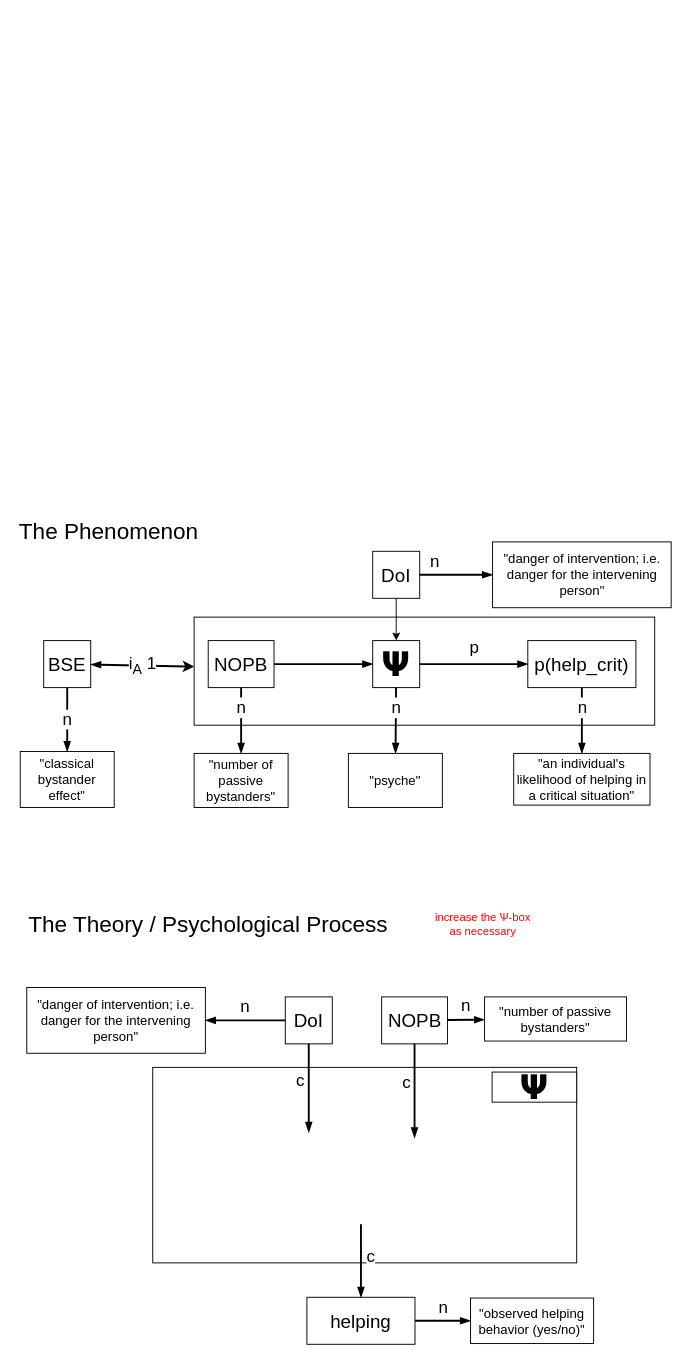
This is bystander_effect/Bystander-template.drawio from nicebread/FOMO-Psy, a draw.io file, before an edit. Source tidied: cells renumbered, new cells numbered last; positions are measured from the earlier drawing's top-left corner, leaving out a move shared by most shapes. Both pictures are drawn from the tidied source at 94%, with x=0, y=0 at pixel (16, 517).
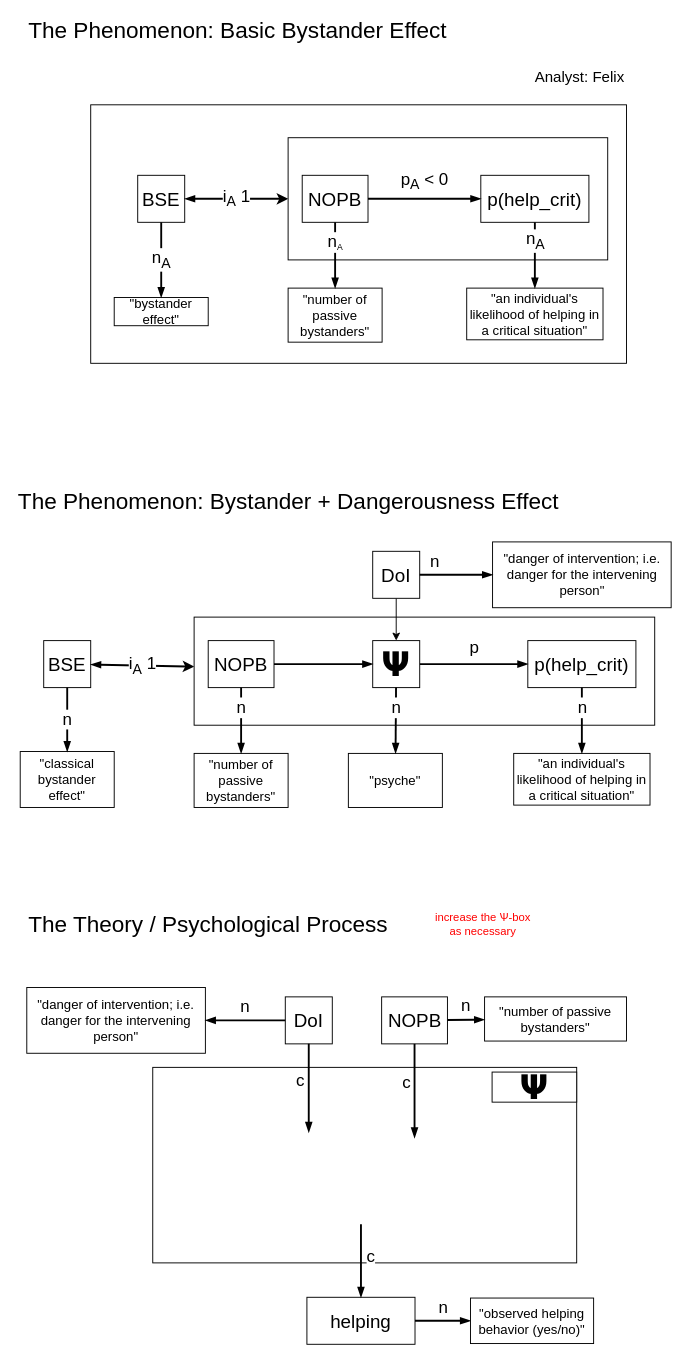
Above is the later version.

Change to the diagram source:
```diff
@@
-    <mxCell id="16" value="&lt;font style=&quot;font-size: 24px;&quot;&gt;The Phenomenon&lt;/font&gt;" style="text;html=1;align=left;verticalAlign=middle;whiteSpace=wrap;rounded=0;" parent="1" vertex="1">
-      <mxGeometry x="0.5" width="230" height="30" as="geometry" />
+    <mxCell id="16" value="&lt;font style=&quot;font-size: 24px;&quot;&gt;The Phenomenon: Bystander + Dangerousness Effect&lt;/font&gt;" style="text;html=1;align=left;verticalAlign=middle;whiteSpace=wrap;rounded=0;" parent="1" vertex="1">
+      <mxGeometry y="-32" width="655" height="30" as="geometry" />
     </mxCell>
@@
+    <mxCell id="39" style="rounded=0;whiteSpace=wrap;html=1;fillColor=none;" parent="1" vertex="1">
+      <mxGeometry x="79" y="-439" width="570" height="275" as="geometry" />
+    </mxCell>
+    <mxCell id="40" value="BSE" style="rounded=0;whiteSpace=wrap;html=1;fontSize=20;" parent="1" vertex="1">
+      <mxGeometry x="129" y="-364" width="50" height="50" as="geometry" />
+    </mxCell>
+    <mxCell id="41" value="&quot;bystander effect&quot;" style="rounded=0;whiteSpace=wrap;html=1;fillColor=default;fontColor=default;strokeColor=default;fontSize=14;" parent="1" vertex="1">
+      <mxGeometry x="104" y="-234" width="100" height="30" as="geometry" />
+    </mxCell>
+    <mxCell id="42" style="rounded=0;whiteSpace=wrap;html=1;fillColor=none;" parent="1" vertex="1">
+      <mxGeometry x="289" y="-404" width="340" height="130" as="geometry" />
+    </mxCell>
+    <mxCell id="43" value="&lt;font style=&quot;font-size: 18px;&quot;&gt;i&lt;sub&gt;A&lt;/sub&gt; 1&lt;/font&gt;" style="endArrow=blockThin;html=1;rounded=0;labelPosition=center;verticalLabelPosition=middle;align=center;verticalAlign=middle;strokeWidth=2;endFill=1;startArrow=classic;startFill=1;" parent="1" edge="1" source="42" target="40">
+      <mxGeometry relative="1" as="geometry" />
+    </mxCell>
+    <mxCell id="44" value="&lt;font style=&quot;font-size: 18px;&quot;&gt;n&lt;sub&gt;A&lt;/sub&gt;&lt;/font&gt;" style="endArrow=blockThin;html=1;rounded=0;labelPosition=center;verticalLabelPosition=middle;align=center;verticalAlign=middle;strokeWidth=2;endFill=1;" parent="1" edge="1" source="40" target="41">
+      <mxGeometry relative="1" as="geometry" />
+    </mxCell>
+    <mxCell id="45" value="NOPB" style="rounded=0;whiteSpace=wrap;html=1;fontSize=20;" parent="1" vertex="1">
+      <mxGeometry x="304" y="-364" width="70" height="50" as="geometry" />
+    </mxCell>
+    <mxCell id="46" value="&quot;number of passive bystanders&quot;" style="rounded=0;whiteSpace=wrap;html=1;fillColor=default;fontColor=default;strokeColor=default;fontSize=14;" parent="1" vertex="1">
+      <mxGeometry x="289" y="-244" width="100" height="57.5" as="geometry" />
+    </mxCell>
+    <mxCell id="47" value="&lt;span style=&quot;font-size: 18px;&quot;&gt;n&lt;/span&gt;&lt;sub&gt;A&lt;/sub&gt;" style="endArrow=blockThin;html=1;rounded=0;labelPosition=center;verticalLabelPosition=top;align=center;verticalAlign=bottom;strokeWidth=2;endFill=1;" parent="1" edge="1" source="45" target="46">
+      <mxGeometry relative="1" as="geometry" />
+    </mxCell>
+    <mxCell id="48" value="p(help_crit)" style="rounded=0;whiteSpace=wrap;html=1;fontSize=20;" parent="1" vertex="1">
+      <mxGeometry x="494" y="-364" width="115" height="50" as="geometry" />
+    </mxCell>
+    <mxCell id="49" value="&lt;font style=&quot;font-size: 18px;&quot;&gt;p&lt;sub&gt;A&lt;/sub&gt; &amp;lt; 0&lt;/font&gt;" style="endArrow=blockThin;html=1;rounded=0;labelPosition=center;verticalLabelPosition=top;align=center;verticalAlign=bottom;spacingBottom=3;strokeWidth=2;endFill=1;" parent="1" edge="1" source="45" target="48">
+      <mxGeometry relative="1" as="geometry" />
+    </mxCell>
+    <mxCell id="50" value="&quot;an individual's likelihood of helping in a critical situation&quot;" style="rounded=0;whiteSpace=wrap;html=1;fillColor=default;fontColor=default;strokeColor=default;fontSize=14;" parent="1" vertex="1">
+      <mxGeometry x="479" y="-244" width="145" height="55" as="geometry" />
+    </mxCell>
+    <mxCell id="51" value="&lt;font style=&quot;font-size: 18px;&quot;&gt;n&lt;sub&gt;A&lt;/sub&gt;&lt;/font&gt;" style="endArrow=blockThin;html=1;rounded=0;labelPosition=center;verticalLabelPosition=top;align=center;verticalAlign=bottom;strokeWidth=2;endFill=1;" parent="1" edge="1" source="48" target="50">
+      <mxGeometry relative="1" as="geometry" />
+    </mxCell>
+    <mxCell id="52" value="Analyst: Felix" style="text;html=1;align=right;verticalAlign=middle;whiteSpace=wrap;rounded=0;fontSize=16;" parent="1" vertex="1">
+      <mxGeometry x="479" y="-484" width="170" height="30" as="geometry" />
+    </mxCell>
+    <mxCell id="53" value="&lt;font style=&quot;font-size: 24px;&quot;&gt;The Phenomenon: Basic Bystander Effect&lt;/font&gt;" style="text;html=1;align=left;verticalAlign=middle;whiteSpace=wrap;rounded=0;" parent="1" vertex="1">
+      <mxGeometry x="11" y="-533" width="482" height="30" as="geometry" />
+    </mxCell>
```
